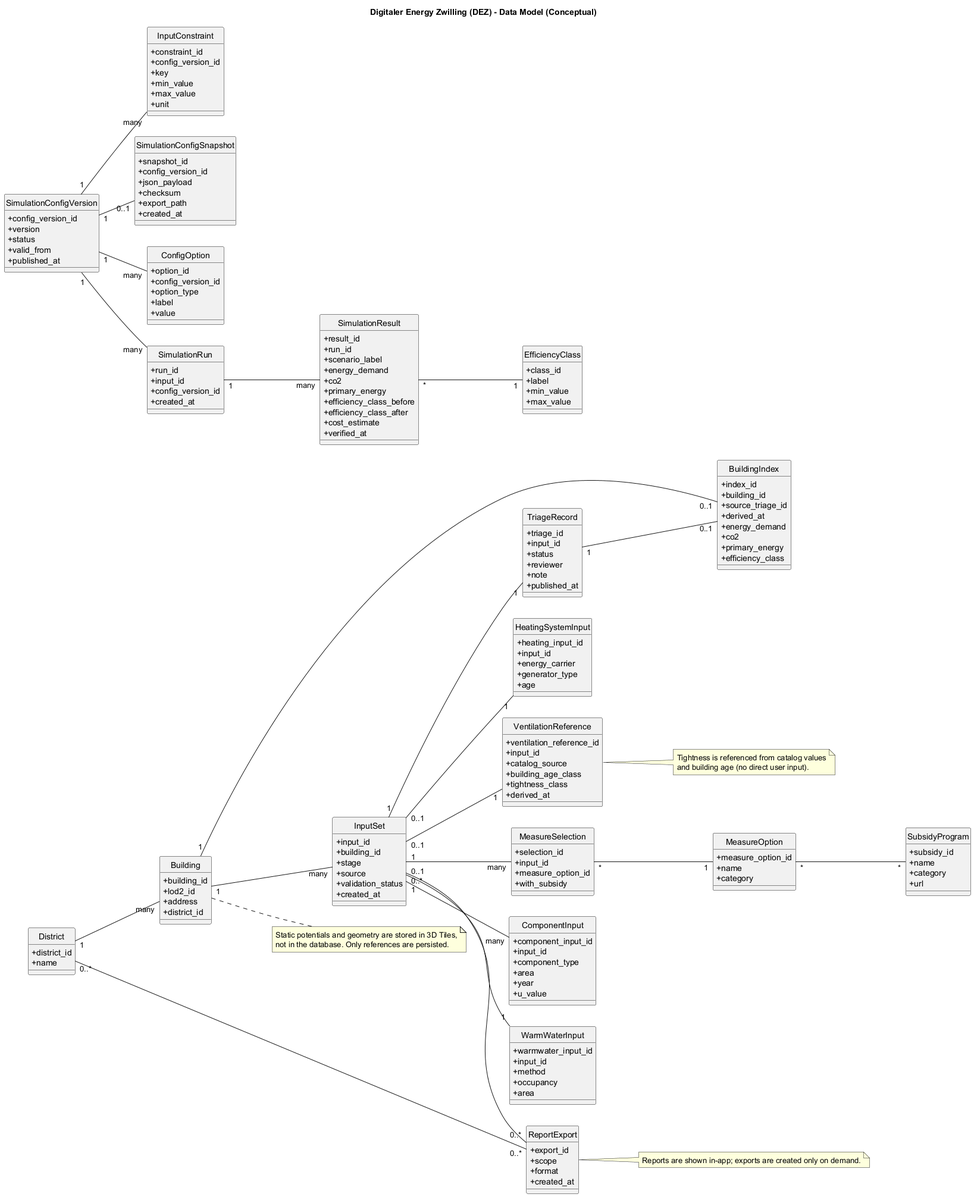
The PlantUML diagram docs/architecture/attachments/data-model.png in csi-FOXBYTE/Regensburg_DigitalerEnergieZwilling_Backend, before a commit.
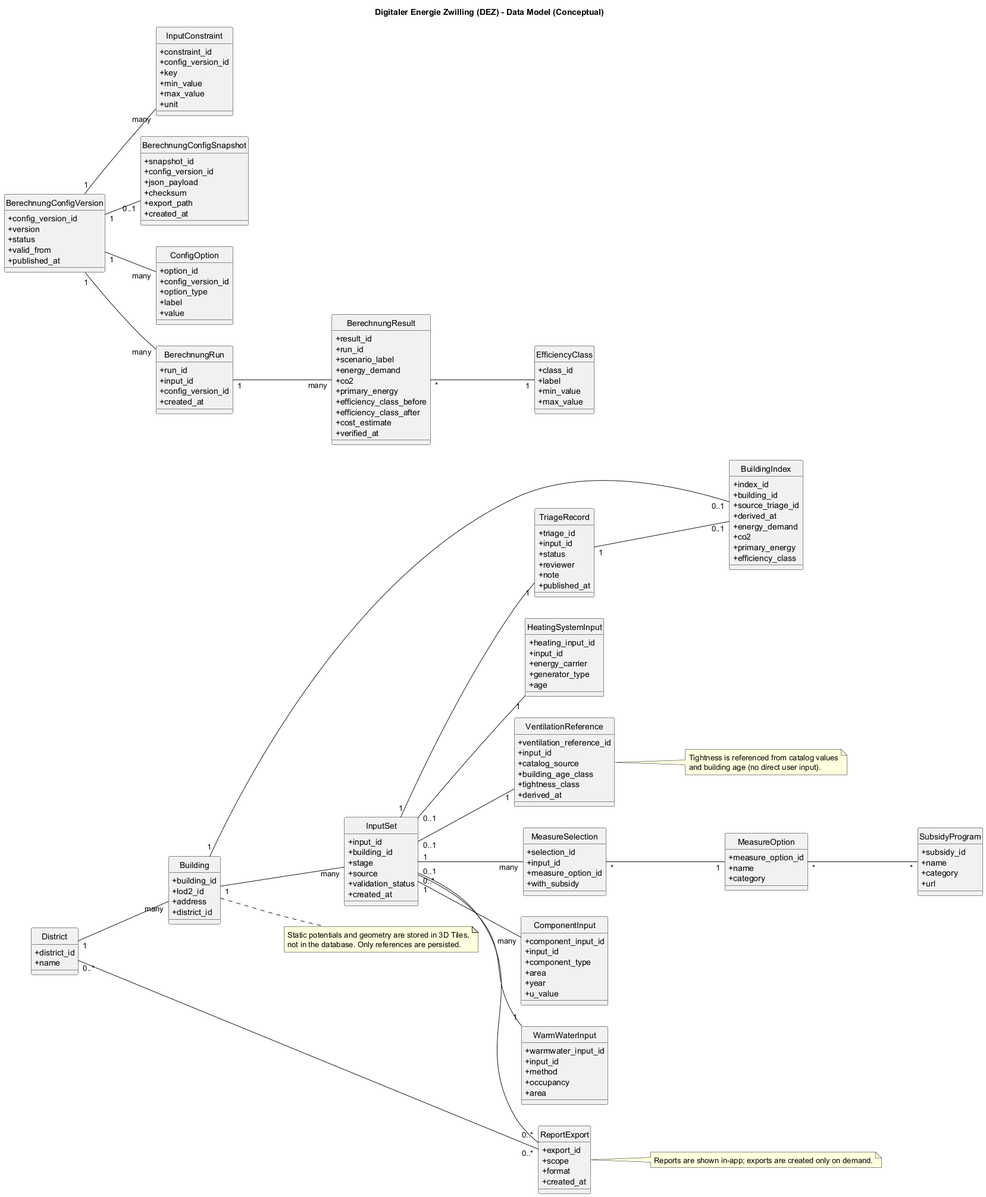
The same diagram one commit later.

Change to the diagram source:
```diff
@@ -3,7 +3,7 @@
 skinparam classAttributeIconSize 0
 left to right direction
 
-title Digitaler Energy Zwilling (DEZ) - Data Model (Conceptual)
+title Digitaler Energie Zwilling (DEZ) - Data Model (Conceptual)
 
 class District {
   +district_id
@@ -80,7 +80,7 @@
   +url
 }
 
-class SimulationConfigVersion {
+class BerechnungConfigVersion {
   +config_version_id
   +version
   +status
@@ -97,7 +97,7 @@
   +unit
 }
 
-class SimulationConfigSnapshot {
+class BerechnungConfigSnapshot {
   +snapshot_id
   +config_version_id
   +json_payload
@@ -114,14 +114,14 @@
   +value
 }
 
-class SimulationRun {
+class BerechnungRun {
   +run_id
   +input_id
   +config_version_id
   +created_at
 }
 
-class SimulationResult {
+class BerechnungResult {
   +result_id
   +run_id
   +scenario_label
@@ -180,12 +180,12 @@
 MeasureSelection "*" -- "1" MeasureOption
 MeasureOption "*" -- "*" SubsidyProgram
 
-SimulationConfigVersion "1" -- "many" ConfigOption
-SimulationConfigVersion "1" -- "many" InputConstraint
-SimulationConfigVersion "1" -- "0..1" SimulationConfigSnapshot
-SimulationConfigVersion "1" -- "many" SimulationRun
-SimulationRun "1" -- "many" SimulationResult
-SimulationResult "*" -- "1" EfficiencyClass
+BerechnungConfigVersion "1" -- "many" ConfigOption
+BerechnungConfigVersion "1" -- "many" InputConstraint
+BerechnungConfigVersion "1" -- "0..1" BerechnungConfigSnapshot
+BerechnungConfigVersion "1" -- "many" BerechnungRun
+BerechnungRun "1" -- "many" BerechnungResult
+BerechnungResult "*" -- "1" EfficiencyClass
 
 InputSet "1" -- "1" TriageRecord
 TriageRecord "1" -- "0..1" BuildingIndex
```
